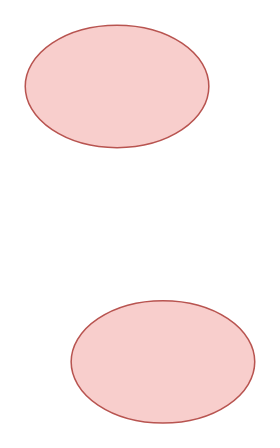
The draw.io diagram page "Page-2" (2 of 2) of docs/assets/drawio/demo.drawio in ShaoOrg/bulletin, before the edit. Source tidied: cells renumbered, new cells numbered last; positions are measured from the earlier drawing's top-left corner, leaving out a move shared by most shapes. Both pictures are drawn from the tidied source at 153%, with x=0, y=0 at pixel (24, 24).
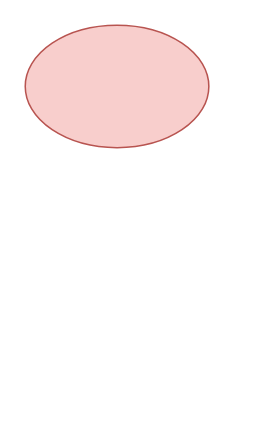
After the change.

Commit message:
commit by web api from cd1111630d9a

Change to the diagram source:
```diff
@@
 <mxGraphModel>
   <root>
     <mxCell id="0" />
     <mxCell id="1" parent="0" />
-    <mxCell id="2" style="ellipse;whiteSpace=wrap;html=1;fillColor=#f8cecc;strokeColor=#b85450;" parent="1" vertex="1">
-      <mxGeometry x="30" y="180" width="120" height="80" as="geometry" />
-    </mxCell>
     <mxCell id="3" style="ellipse;whiteSpace=wrap;html=1;fillColor=#f8cecc;strokeColor=#b85450;" parent="1" vertex="1">
       <mxGeometry width="120" height="80" as="geometry" />
     </mxCell>
   </root>
 </mxGraphModel>
```
